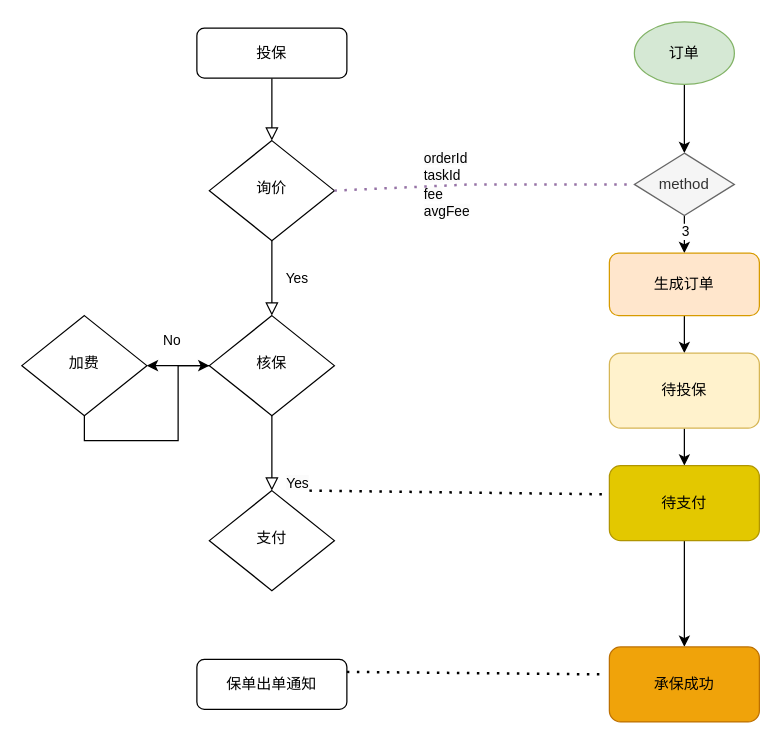
This is insur/WTS.drawio from zhanghaiyang1/draw, a draw.io file, before an edit. Source tidied: cells renumbered, new cells numbered last; positions are measured from the earlier drawing's top-left corner, leaving out a move shared by most shapes. Both pictures are drawn from the tidied source at 125%, with x=0, y=0 at pixel (21, 21).
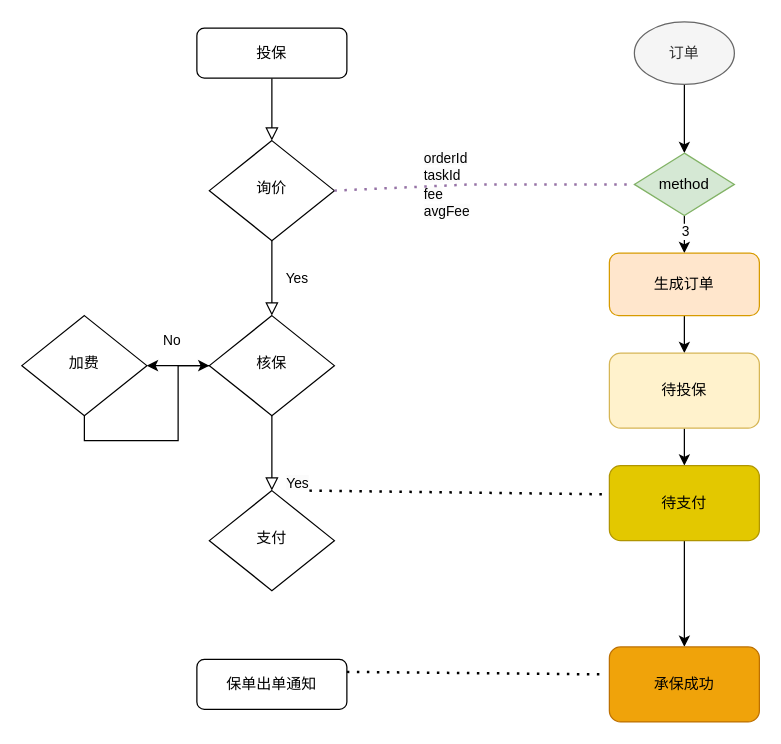
The same page after the edit.

Diff of the diagram source:
```diff
@@
-    <mxCell id="17" value="订单" style="ellipse;whiteSpace=wrap;html=1;fillColor=#d5e8d4;strokeColor=#82b366;" parent="1" vertex="1">
+    <mxCell id="17" value="订单" style="ellipse;whiteSpace=wrap;html=1;fillColor=#f5f5f5;strokeColor=#666666;fontColor=#333333;" parent="1" vertex="1">
       <mxGeometry x="490" width="80" height="50" as="geometry" />
     </mxCell>
@@
-    <mxCell id="20" value="method" style="rhombus;whiteSpace=wrap;html=1;fillColor=#f5f5f5;fontColor=#333333;strokeColor=#666666;" parent="1" vertex="1">
+    <mxCell id="20" value="method" style="rhombus;whiteSpace=wrap;html=1;fillColor=#d5e8d4;strokeColor=#82b366;" parent="1" vertex="1">
       <mxGeometry x="490" y="105" width="80" height="50" as="geometry" />
     </mxCell>
```
